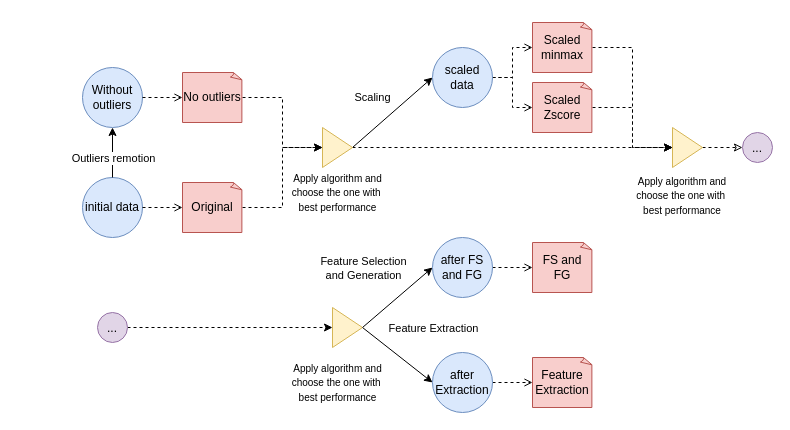
filipesousaist/ds_project keeps this draw.io diagram as dataset1/Clustering/Clustering.drawio. Above is the earlier version. Source tidied: cells renumbered, new cells numbered last; positions are measured from the earlier drawing's top-left corner, leaving out a move shared by most shapes. Both pictures are drawn from the tidied source at 100%, with x=0, y=0 at pixel (82, 22).
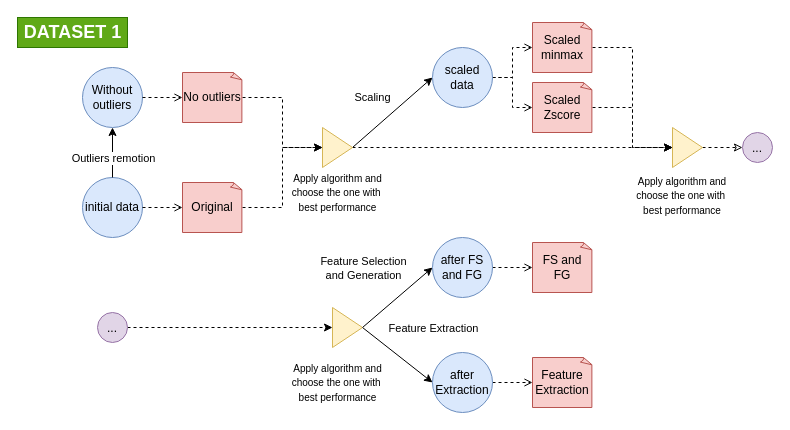
The same page after the edit.

What changed in the source:
```diff
@@
+    <mxCell id="41" value="DATASET 1" style="text;html=1;align=center;verticalAlign=middle;fontStyle=1;fillColor=#60a917;strokeColor=#2D7600;fontColor=#ffffff;fontSize=18;" parent="1" vertex="1">
+      <mxGeometry x="-65" y="-5" width="110" height="30" as="geometry" />
+    </mxCell>
```
